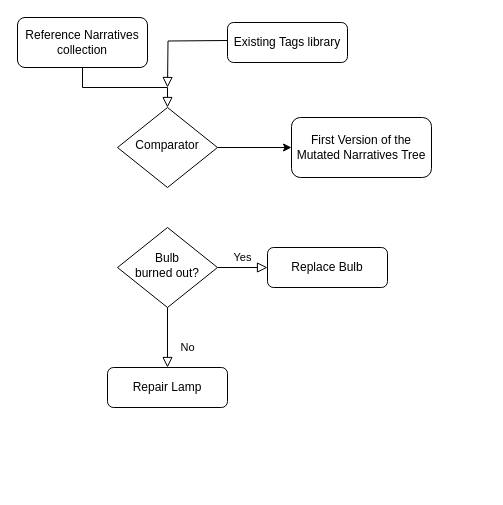
Above: Untitled Diagram.drawio in infectionista/gosh_contribution (draw.io), before the change. Source tidied: cells renumbered, new cells numbered last; positions are measured from the earlier drawing's top-left corner, leaving out a move shared by most shapes. Both pictures are drawn from the tidied source at 100%, with x=0, y=0 at pixel (17, 17).
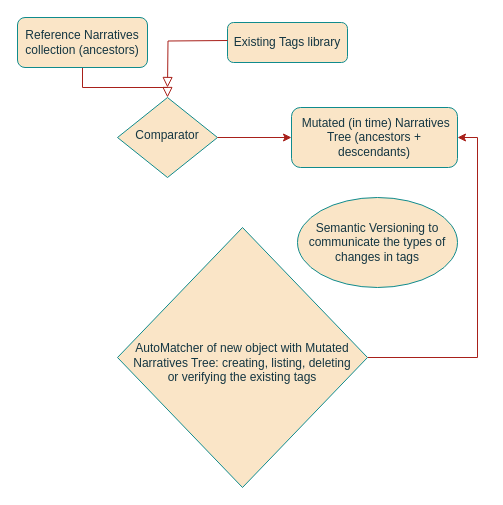
After the change.

What changed in the source:
```diff
@@
 <mxGraphModel>
   <root>
     <mxCell id="0" />
     <mxCell id="1" parent="0" />
-    <mxCell id="2" style="rounded=0;html=1;jettySize=auto;fontSize=11;endArrow=block;endFill=0;endSize=8;strokeWidth=1;shadow=0;labelBackgroundColor=none;edgeStyle=orthogonalEdgeStyle;" parent="1" edge="1" source="3" target="4">
+    <mxCell id="2" style="rounded=0;html=1;jettySize=auto;fontSize=11;endArrow=block;endFill=0;endSize=8;strokeWidth=1;shadow=0;labelBackgroundColor=none;edgeStyle=orthogonalEdgeStyle;strokeColor=#A8201A;fontColor=default;" parent="1" edge="1" source="3" target="4">
       <mxGeometry relative="1" as="geometry" />
     </mxCell>
-    <mxCell id="3" value="Reference Narratives collection" style="rounded=1;whiteSpace=wrap;html=1;fontSize=12;glass=0;strokeWidth=1;shadow=0;" parent="1" vertex="1">
+    <mxCell id="3" value="Reference Narratives collection (ancestors)" style="rounded=1;whiteSpace=wrap;html=1;fontSize=12;glass=0;strokeWidth=1;shadow=0;labelBackgroundColor=none;fillColor=#FAE5C7;strokeColor=#0F8B8D;fontColor=#143642;" parent="1" vertex="1">
       <mxGeometry width="130" height="50" as="geometry" />
     </mxCell>
-    <mxCell id="4" value="Comparator" style="rhombus;whiteSpace=wrap;html=1;shadow=0;fontFamily=Helvetica;fontSize=12;align=center;strokeWidth=1;spacing=6;spacingTop=-4;" parent="1" vertex="1">
-      <mxGeometry x="100" y="90" width="100" height="80" as="geometry" />
+    <mxCell id="4" value="Comparator" style="rhombus;whiteSpace=wrap;html=1;shadow=0;fontFamily=Helvetica;fontSize=12;align=center;strokeWidth=1;spacing=6;spacingTop=-4;labelBackgroundColor=none;fillColor=#FAE5C7;strokeColor=#0F8B8D;fontColor=#143642;" parent="1" vertex="1">
+      <mxGeometry x="100" y="80" width="100" height="80" as="geometry" />
     </mxCell>
-    <mxCell id="5" value="No" style="rounded=0;html=1;jettySize=auto;fontSize=11;endArrow=block;endFill=0;endSize=8;strokeWidth=1;shadow=0;labelBackgroundColor=none;edgeStyle=orthogonalEdgeStyle;" parent="1" edge="1" source="7" target="8">
-      <mxGeometry x="0.33" y="20" relative="1" as="geometry" />
-    </mxCell>
-    <mxCell id="6" value="Yes" style="edgeStyle=orthogonalEdgeStyle;rounded=0;html=1;jettySize=auto;fontSize=11;endArrow=block;endFill=0;endSize=8;strokeWidth=1;shadow=0;labelBackgroundColor=none;" parent="1" edge="1" source="7" target="9">
-      <mxGeometry y="10" relative="1" as="geometry" />
-    </mxCell>
-    <mxCell id="7" value="Bulb&lt;br&gt;burned out?" style="rhombus;whiteSpace=wrap;html=1;shadow=0;fontFamily=Helvetica;fontSize=12;align=center;strokeWidth=1;spacing=6;spacingTop=-4;" parent="1" vertex="1">
-      <mxGeometry x="100" y="210" width="100" height="80" as="geometry" />
-    </mxCell>
-    <mxCell id="8" value="Repair Lamp" style="rounded=1;whiteSpace=wrap;html=1;fontSize=12;glass=0;strokeWidth=1;shadow=0;" parent="1" vertex="1">
-      <mxGeometry x="90" y="350" width="120" height="40" as="geometry" />
-    </mxCell>
-    <mxCell id="9" value="Replace Bulb" style="rounded=1;whiteSpace=wrap;html=1;fontSize=12;glass=0;strokeWidth=1;shadow=0;" parent="1" vertex="1">
-      <mxGeometry x="250" y="230" width="120" height="40" as="geometry" />
-    </mxCell>
-    <mxCell id="10" value="Existing Tags library" style="rounded=1;whiteSpace=wrap;html=1;fontSize=12;glass=0;strokeWidth=1;shadow=0;" parent="1" vertex="1">
+    <mxCell id="10" value="Existing Tags library" style="rounded=1;whiteSpace=wrap;html=1;fontSize=12;glass=0;strokeWidth=1;shadow=0;labelBackgroundColor=none;fillColor=#FAE5C7;strokeColor=#0F8B8D;fontColor=#143642;" parent="1" vertex="1">
       <mxGeometry x="210" y="5" width="120" height="40" as="geometry" />
     </mxCell>
-    <mxCell id="11" value="First Version of the Mutated Narratives Tree" style="rounded=1;whiteSpace=wrap;html=1;fontSize=12;glass=0;strokeWidth=1;shadow=0;" parent="1" vertex="1">
-      <mxGeometry x="274" y="100" width="140" height="60" as="geometry" />
+    <mxCell id="11" value="&amp;nbsp;Mutated (in time) Narratives Tree (ancestors + descendants)" style="rounded=1;whiteSpace=wrap;html=1;fontSize=12;glass=0;strokeWidth=1;shadow=0;labelBackgroundColor=none;fillColor=#FAE5C7;strokeColor=#0F8B8D;fontColor=#143642;" parent="1" vertex="1">
+      <mxGeometry x="274" y="90" width="166" height="60" as="geometry" />
     </mxCell>
-    <mxCell id="12" style="endArrow=classic;html=1;rounded=0;exitX=1;exitY=0.5;exitDx=0;exitDy=0;entryX=0;entryY=0.5;entryDx=0;entryDy=0;" parent="1" edge="1" source="4" target="11">
+    <mxCell id="12" style="endArrow=classic;html=1;rounded=0;exitX=1;exitY=0.5;exitDx=0;exitDy=0;entryX=0;entryY=0.5;entryDx=0;entryDy=0;labelBackgroundColor=none;strokeColor=#A8201A;fontColor=default;" parent="1" edge="1" source="4" target="11">
       <mxGeometry relative="1" as="geometry" />
     </mxCell>
-    <mxCell id="13" style="rounded=0;html=1;jettySize=auto;orthogonalLoop=1;fontSize=11;endArrow=block;endFill=0;endSize=8;strokeWidth=1;shadow=0;labelBackgroundColor=none;edgeStyle=orthogonalEdgeStyle;" parent="1" edge="1">
+    <mxCell id="13" style="rounded=0;html=1;jettySize=auto;orthogonalLoop=1;fontSize=11;endArrow=block;endFill=0;endSize=8;strokeWidth=1;shadow=0;labelBackgroundColor=none;edgeStyle=orthogonalEdgeStyle;strokeColor=#A8201A;fontColor=default;" parent="1" edge="1">
       <mxGeometry relative="1" as="geometry">
         <mxPoint x="210" y="23" as="sourcePoint" />
         <mxPoint x="150" y="70" as="targetPoint" />
       </mxGeometry>
     </mxCell>
+    <mxCell id="14" style="edgeStyle=orthogonalEdgeStyle;rounded=0;jettySize=auto;html=1;exitX=1;exitY=0.5;exitDx=0;exitDy=0;entryX=1;entryY=0.5;entryDx=0;entryDy=0;labelBackgroundColor=none;strokeColor=#A8201A;fontColor=default;" parent="1" edge="1" source="15" target="11">
+      <mxGeometry relative="1" as="geometry" />
+    </mxCell>
+    <mxCell id="15" value="&lt;div&gt;&lt;br&gt;&lt;/div&gt;AutoMatcher of new object with Mutated Narratives Tree: creating, listing, deleting or&amp;nbsp;verifying the existing tags" style="rhombus;whiteSpace=wrap;html=1;shadow=0;fontFamily=Helvetica;fontSize=12;align=center;strokeWidth=1;spacing=6;spacingTop=-4;labelBackgroundColor=none;fillColor=#FAE5C7;strokeColor=#0F8B8D;fontColor=#143642;" parent="1" vertex="1">
+      <mxGeometry x="100" y="210" width="250" height="260" as="geometry" />
+    </mxCell>
+    <mxCell id="16" value="Semantic Versioning to communicate the types of changes in tags" style="ellipse;whiteSpace=wrap;html=1;labelBackgroundColor=none;fillColor=#FAE5C7;strokeColor=#0F8B8D;fontColor=#143642;" parent="1" vertex="1">
+      <mxGeometry x="280" y="180" width="160" height="90" as="geometry" />
+    </mxCell>
   </root>
 </mxGraphModel>
```
